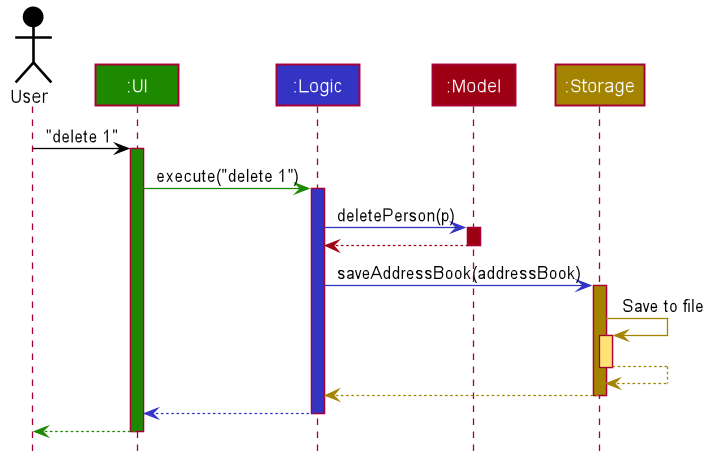
Above: docs/images/ArchitectureSequenceDiagram.png in nus-cs2103-AY2223S1/tp (PlantUML), before the change.
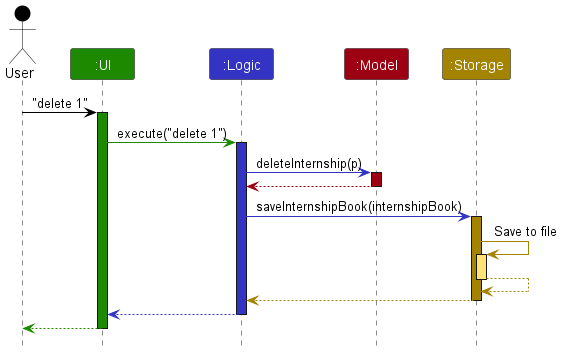
After the change.

Commit message:
Update diagram and developer guide: test cases for add and help command, value proposition

The edit, as a diff of the source:
```diff
@@ -1,85 +1,38 @@
 @startuml
+!include style.puml
 
+Actor User as user USER_COLOR
+Participant ":UI" as ui UI_COLOR
+Participant ":Logic" as logic LOGIC_COLOR
+Participant ":Model" as model MODEL_COLOR
+Participant ":Storage" as storage STORAGE_COLOR
 
+user -[USER_COLOR]> ui : "delete 1"
+activate ui UI_COLOR
 
+ui -[UI_COLOR]> logic : execute("delete 1")
+activate logic LOGIC_COLOR
 
+logic -[LOGIC_COLOR]> model : deleteInternship(p)
+activate model MODEL_COLOR
 
-
-
-
-skinparam BackgroundColor #FFFFFFF
-
-skinparam Shadowing false
-
-skinparam Class {
-    FontColor #FFFFFF
-    BorderThickness 1
-    BorderColor #FFFFFF
-    StereotypeFontColor #FFFFFF
-    FontName Arial
-}
-
-skinparam Actor {
-    BorderColor #000000
-    Color #000000
-    FontName Arial
-}
-
-skinparam Sequence {
-    MessageAlign center
-    BoxFontSize 15
-    BoxPadding 0
-    BoxFontColor #FFFFFF
-    FontName Arial
-}
-
-skinparam Participant {
-    FontColor #FFFFFFF
-    Padding 20
-}
-
-skinparam MinClassWidth 50
-skinparam ParticipantPadding 10
-skinparam Shadowing false
-skinparam DefaultTextAlignment center
-skinparam packageStyle Rectangle
-
-hide footbox
-hide members
-hide circle
-
-Actor User as user #000000
-Participant ":UI" as ui #1D8900
-Participant ":Logic" as logic #3333C4
-Participant ":Model" as model #9D0012
-Participant ":Storage" as storage #A38300
-
-user -[#000000]> ui : "delete 1"
-activate ui #1D8900
-
-ui -[#1D8900]> logic : execute("delete 1")
-activate logic #3333C4
-
-logic -[#3333C4]> model : deletePerson(p)
-activate model #9D0012
-
-model -[#9D0012]-> logic
+model -[MODEL_COLOR]-> logic
 deactivate model
 
-logic -[#3333C4]> storage : saveAddressBook(addressBook)
-activate storage #A38300
+logic -[LOGIC_COLOR]> storage : saveInternshipBook(internshipBook)
+activate storage STORAGE_COLOR
 
-storage -[#A38300]> storage : Save to file
-activate storage #FFE374
-storage --[#A38300]> storage
+storage -[STORAGE_COLOR]> storage : Save to file
+activate storage STORAGE_COLOR_T1
+storage --[STORAGE_COLOR]> storage
 deactivate storage
 
-storage --[#A38300]> logic
+storage --[STORAGE_COLOR]> logic
 deactivate storage
 
-logic --[#3333C4]> ui
+logic --[LOGIC_COLOR]> ui
 deactivate logic
 
-ui--[#1D8900]> user
+ui--[UI_COLOR]> user
 deactivate ui
 @enduml
```
